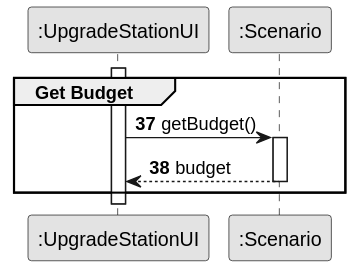
Before: docs/sprint3/us006/03.design/svg/us006-sd-partial-get-budget.svg, a diagram exported from PlantUML (ivasduarte/all-aboard).
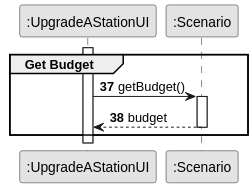
The same diagram one commit later.

The edit, as a diff of the source:
```diff
@@ -3,7 +3,7 @@
 skinparam packageStyle rectangle
 skinparam shadowing false
 
-participant ":UpgradeStationUI" as ui
+participant ":UpgradeAStationUI" as ui
 participant ":Scenario" as s
 
 activate ui
```
